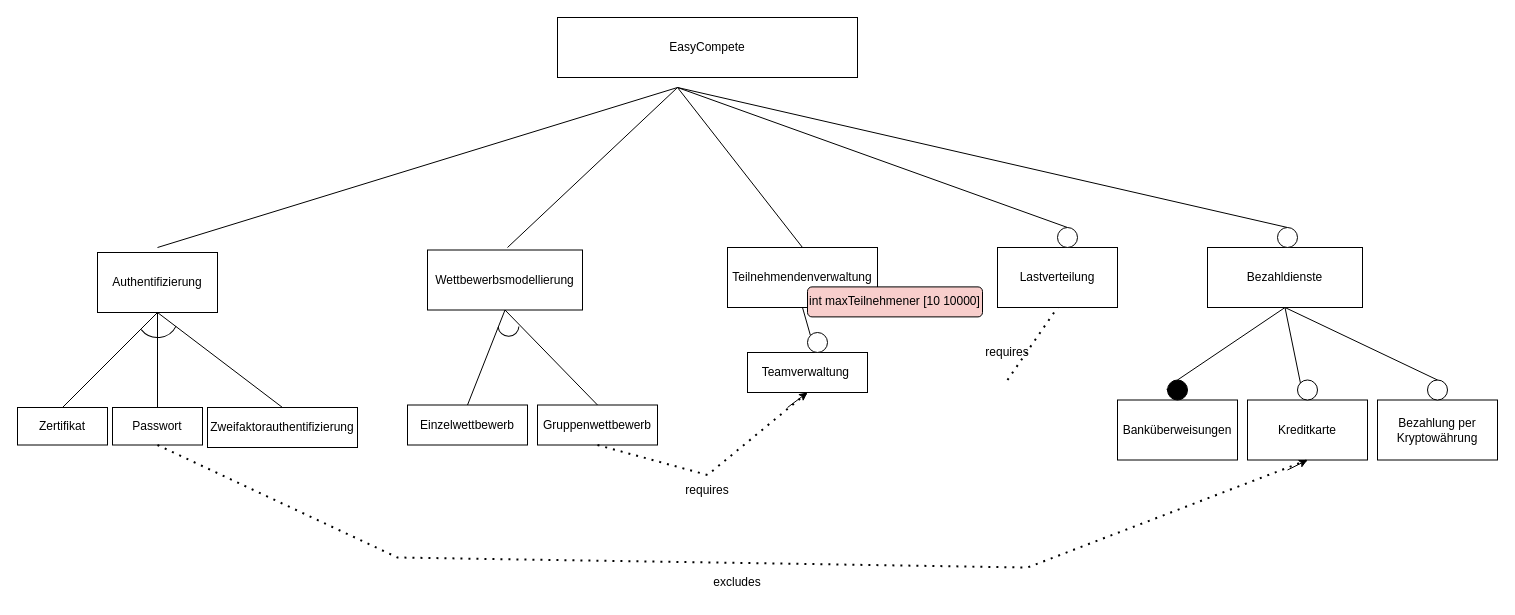
Hiba97/Software-Engineering keeps this draw.io diagram as se11.drawio. Above is the earlier version. Source tidied: cells renumbered, new cells numbered last; positions are measured from the earlier drawing's top-left corner, leaving out a move shared by most shapes. Both pictures are drawn from the tidied source at 100%, with x=0, y=0 at pixel (17, 17).
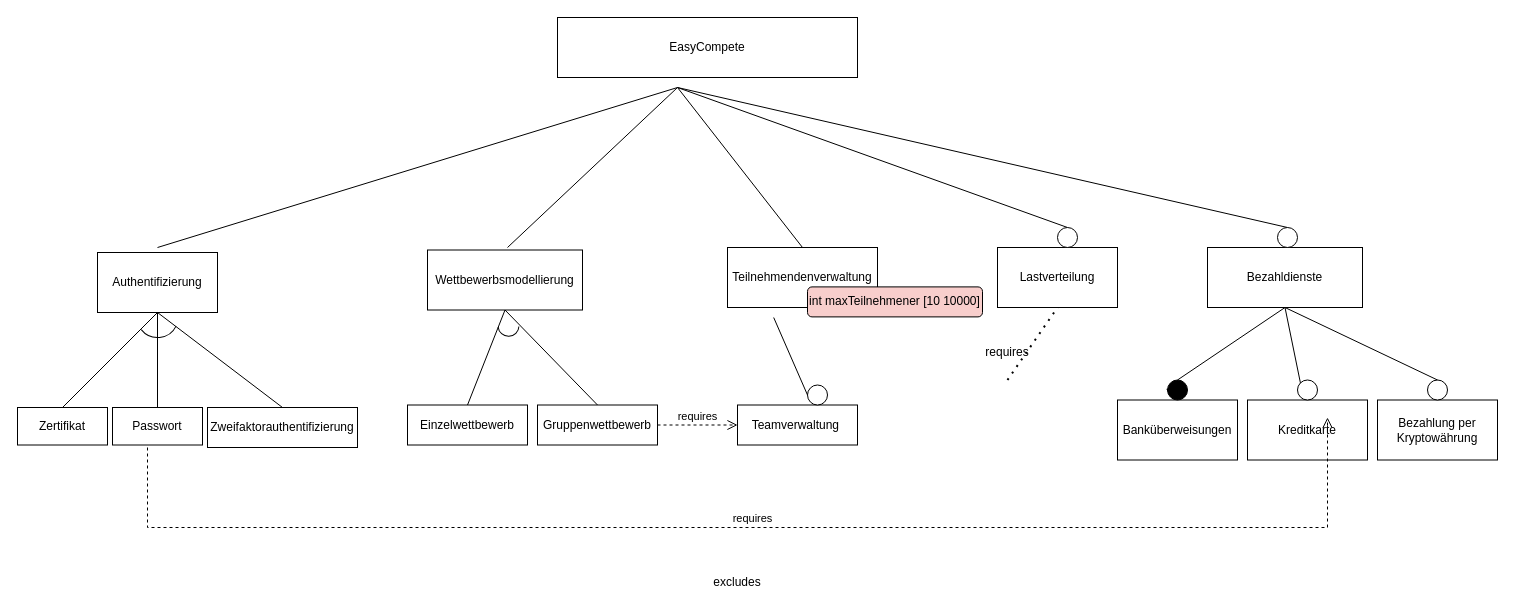
The same diagram, later.

Commit message:
made "requitres"-pfeile nicer

Unchanged cells that the change refers to:
```xml
<mxCell id="3" value="Teilnehmendenverwaltung" style="rounded=0;whiteSpace=wrap;html=1;" parent="1" vertex="1">
  <mxGeometry x="710" y="230" width="150" height="60" as="geometry" />
</mxCell>
<mxCell id="11" value="Gruppenwettbewerb" style="rounded=0;whiteSpace=wrap;html=1;" parent="1" vertex="1">
  <mxGeometry x="520" y="387.5" width="120" height="40" as="geometry" />
</mxCell>
<mxCell id="15" value="Kreditkarte&lt;br&gt;" style="rounded=0;whiteSpace=wrap;html=1;" parent="1" vertex="1">
  <mxGeometry x="1230" y="382.5" width="120" height="60" as="geometry" />
</mxCell>
<mxCell id="18" value="Passwort" style="rounded=0;whiteSpace=wrap;html=1;fillColor=#FFFFFF;" parent="1" vertex="1">
  <mxGeometry x="95" y="390" width="90" height="37.5" as="geometry" />
</mxCell>
```

The edit, as a diff of the source:
```diff
@@
     <mxCell id="9" value="Teamverwaltung&amp;nbsp;" style="rounded=0;whiteSpace=wrap;html=1;" parent="1" vertex="1">
-      <mxGeometry x="730" y="335" width="120" height="40" as="geometry" />
+      <mxGeometry x="720" y="387.5" width="120" height="40" as="geometry" />
     </mxCell>
@@
-    <mxCell id="12" value="requires&lt;br&gt;" style="text;html=1;strokeColor=none;fillColor=none;align=center;verticalAlign=middle;whiteSpace=wrap;rounded=0;rotation=0;" parent="1" vertex="1">
-      <mxGeometry x="660" y="457.5" width="60" height="30" as="geometry" />
-    </mxCell>
-    <mxCell id="13" style="endArrow=none;dashed=1;html=1;dashPattern=1 3;strokeWidth=2;rounded=0;exitX=0.5;exitY=1;exitDx=0;exitDy=0;entryX=0.5;entryY=1;entryDx=0;entryDy=0;" parent="1" edge="1" source="11" target="9">
-      <mxGeometry relative="1" as="geometry">
-        <Array as="points">
-          <mxPoint x="690" y="457.5" />
-        </Array>
-      </mxGeometry>
-    </mxCell>
@@
-    <mxCell id="21" style="endArrow=classic;html=1;rounded=0;" parent="1" edge="1">
-      <mxGeometry relative="1" as="geometry">
-        <mxPoint x="770" y="390" as="sourcePoint" />
-        <mxPoint x="790" y="375" as="targetPoint" />
-      </mxGeometry>
-    </mxCell>
-    <mxCell id="22" style="endArrow=none;dashed=1;html=1;dashPattern=1 3;strokeWidth=2;rounded=0;exitX=0.5;exitY=1;exitDx=0;exitDy=0;entryX=0.5;entryY=1;entryDx=0;entryDy=0;" parent="1" edge="1" source="18" target="15">
-      <mxGeometry relative="1" as="geometry">
-        <Array as="points">
-          <mxPoint x="380" y="540" />
-          <mxPoint x="1010" y="550" />
-        </Array>
-      </mxGeometry>
-    </mxCell>
-    <mxCell id="23" style="endArrow=classic;html=1;rounded=0;" parent="1" edge="1">
-      <mxGeometry relative="1" as="geometry">
-        <mxPoint x="1270" y="452.5" as="sourcePoint" />
-        <mxPoint x="1290" y="442.5" as="targetPoint" />
-      </mxGeometry>
-    </mxCell>
@@
-    <mxCell id="38" style="endArrow=none;html=1;rounded=0;entryX=0.5;entryY=1;entryDx=0;entryDy=0;exitX=0;exitY=0;exitDx=0;exitDy=0;" parent="1" edge="1" source="41" target="3">
+    <mxCell id="38" style="endArrow=none;html=1;rounded=0;entryX=0.308;entryY=1.167;entryDx=0;entryDy=0;entryPerimeter=0;exitX=0;exitY=0.5;exitDx=0;exitDy=0;" parent="1" edge="1" source="41" target="3">
       <mxGeometry relative="1" as="geometry" />
     </mxCell>
@@
     <mxCell id="41" style="ellipse;whiteSpace=wrap;html=1;fillColor=#FFFFFF;" parent="1" vertex="1">
-      <mxGeometry x="790" y="315" width="20" height="20" as="geometry" />
+      <mxGeometry x="790" y="367.5" width="20" height="20" as="geometry" />
     </mxCell>
@@
+    <mxCell id="13" value="requires" style="html=1;verticalAlign=bottom;endArrow=open;dashed=1;endSize=8;rounded=0;exitX=1;exitY=0.5;exitDx=0;exitDy=0;entryX=0;entryY=0.5;entryDx=0;entryDy=0;" parent="1" edge="1" source="11" target="9">
+      <mxGeometry relative="1" as="geometry" />
+    </mxCell>
@@
+    <mxCell id="49" value="requires" style="html=1;verticalAlign=bottom;endArrow=open;dashed=1;endSize=8;rounded=0;" parent="1" edge="1">
+      <mxGeometry relative="1" as="geometry">
+        <mxPoint x="130" y="430" as="sourcePoint" />
+        <mxPoint x="1310" y="400" as="targetPoint" />
+        <Array as="points">
+          <mxPoint x="130" y="510" />
+          <mxPoint x="1310" y="510" />
+        </Array>
+      </mxGeometry>
+    </mxCell>
```
